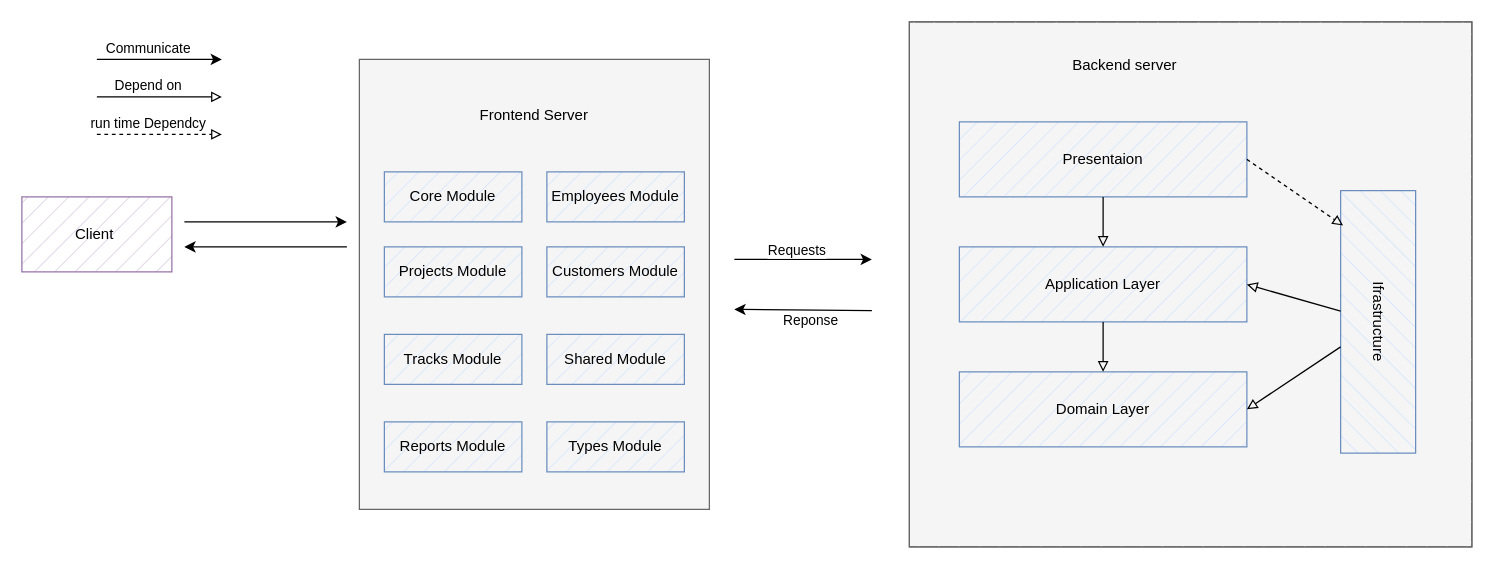
Earlier version of the draw.io diagram Report Images/General.drawio (HasanKhadd0ur/psm-reports). Source tidied: cells renumbered, new cells numbered last; positions are measured from the earlier drawing's top-left corner, leaving out a move shared by most shapes. Both pictures are drawn from the tidied source at 125%, with x=0, y=0 at pixel (21, 21).
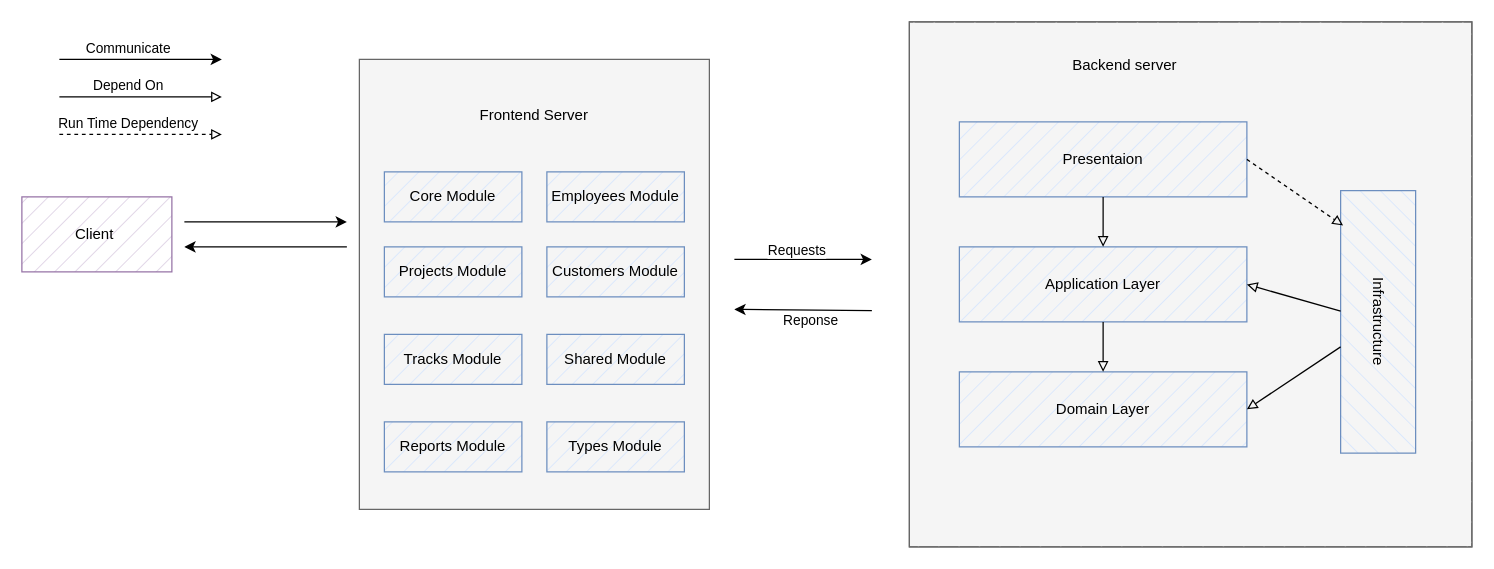
The same diagram, later.

The change refers to these unchanged cells:
```xml
<mxCell id="26" style="group;fillColor=#f5f5f5;fontColor=#333333;strokeColor=#666666;" parent="1" vertex="1">
  <mxGeometry x="710" width="450" height="420" as="geometry" />
</mxCell>
```

Diff of the diagram source:
```diff
@@
     <mxCell id="18" style="endArrow=classic;html=1;rounded=0;" parent="1" edge="1">
       <mxGeometry relative="1" as="geometry">
-        <mxPoint x="60" y="30" as="sourcePoint" />
+        <mxPoint x="30" y="30" as="sourcePoint" />
         <mxPoint x="160" y="30" as="targetPoint" />
       </mxGeometry>
     </mxCell>
@@
     <mxCell id="20" style="endArrow=block;html=1;rounded=0;endFill=0;" parent="1" edge="1">
       <mxGeometry relative="1" as="geometry">
-        <mxPoint x="60" y="60" as="sourcePoint" />
+        <mxPoint x="30" y="60" as="sourcePoint" />
         <mxPoint x="160" y="60" as="targetPoint" />
       </mxGeometry>
     </mxCell>
-    <mxCell id="21" value="Depend on" style="edgeLabel;html=1;align=center;verticalAlign=middle;" parent="20" vertex="1">
+    <mxCell id="21" value="Depend On" style="edgeLabel;html=1;align=center;verticalAlign=middle;" parent="20" vertex="1">
       <mxGeometry x="-0.03" y="7" relative="1" as="geometry">
         <mxPoint x="-9" y="-3" as="offset" />
       </mxGeometry>
     </mxCell>
     <mxCell id="22" style="endArrow=block;html=1;rounded=0;endFill=0;dashed=1;" parent="1" edge="1">
       <mxGeometry relative="1" as="geometry">
-        <mxPoint x="60" y="90" as="sourcePoint" />
+        <mxPoint x="30" y="90" as="sourcePoint" />
         <mxPoint x="160" y="90" as="targetPoint" />
       </mxGeometry>
     </mxCell>
-    <mxCell id="23" value="run time Dependcy" style="edgeLabel;html=1;align=center;verticalAlign=middle;" parent="22" vertex="1">
+    <mxCell id="23" value="Run Time Dependency" style="edgeLabel;html=1;align=center;verticalAlign=middle;" parent="22" vertex="1">
       <mxGeometry x="-0.03" y="7" relative="1" as="geometry">
         <mxPoint x="-9" y="-3" as="offset" />
       </mxGeometry>
     </mxCell>
@@
-    <mxCell id="29" value="Ifrastructure" style="rounded=0;whiteSpace=wrap;html=1;rotation=90;fillColor=#dae8fc;strokeColor=#6c8ebf;fillStyle=hatch;" parent="26" vertex="1">
+    <mxCell id="29" value="Infrastructure" style="rounded=0;whiteSpace=wrap;html=1;rotation=90;fillColor=#dae8fc;strokeColor=#6c8ebf;fillStyle=hatch;" parent="26" vertex="1">
       <mxGeometry x="270" y="210" width="210" height="60" as="geometry" />
     </mxCell>
```
